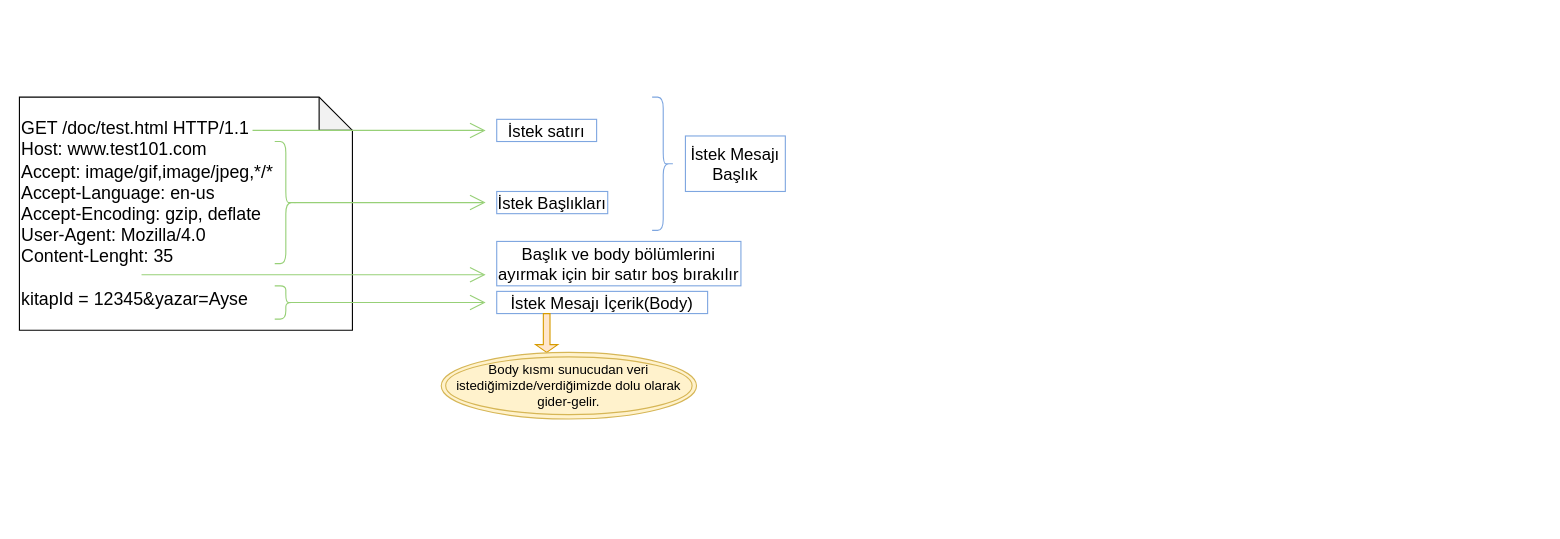
Above: page "HTTP" (2 of 3) of mavenFlow.drawio in aysedemirel/aysedemirel.github.io (draw.io), before the change. Source tidied: cells renumbered, new cells numbered last; positions are measured from the earlier drawing's top-left corner, leaving out a move shared by most shapes. Both pictures are drawn from the tidied source at 111%, with x=0, y=0 at pixel (19, 97).
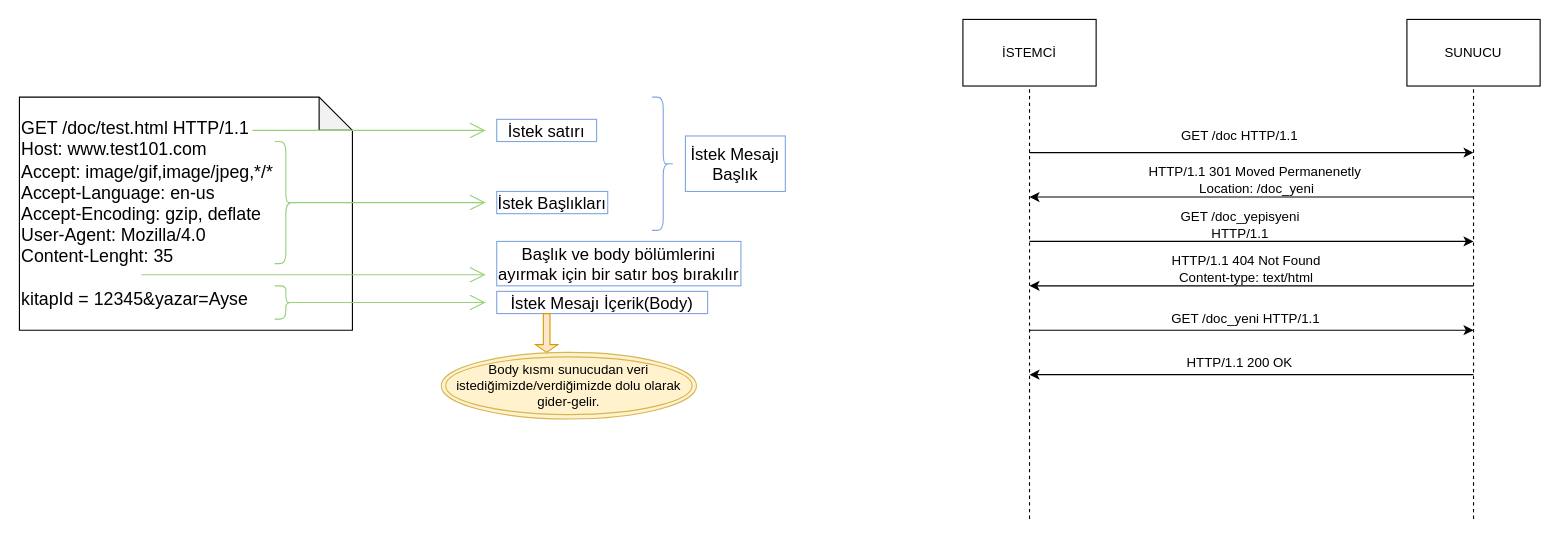
The same page after the edit.

The edit, as a diff of the source:
```diff
@@
+    <mxCell id="17" value="İSTEMCİ" style="rounded=0;whiteSpace=wrap;html=1;" parent="1" vertex="1">
+      <mxGeometry x="850" y="-70" width="120" height="60" as="geometry" />
+    </mxCell>
+    <mxCell id="18" value="SUNUCU" style="rounded=0;whiteSpace=wrap;html=1;" parent="1" vertex="1">
+      <mxGeometry x="1250" y="-70" width="120" height="60" as="geometry" />
+    </mxCell>
+    <mxCell id="19" style="endArrow=classic;html=1;" parent="1" edge="1">
+      <mxGeometry relative="1" as="geometry">
+        <mxPoint x="910" y="50" as="sourcePoint" />
+        <mxPoint x="1310" y="50" as="targetPoint" />
+      </mxGeometry>
+    </mxCell>
+    <mxCell id="20" style="endArrow=none;dashed=1;html=1;entryX=0.5;entryY=1;entryDx=0;entryDy=0;" parent="1" edge="1" target="17">
+      <mxGeometry relative="1" as="geometry">
+        <mxPoint x="910" y="380" as="sourcePoint" />
+      </mxGeometry>
+    </mxCell>
+    <mxCell id="21" style="endArrow=none;dashed=1;html=1;entryX=0.5;entryY=1;entryDx=0;entryDy=0;" parent="1" edge="1" target="18">
+      <mxGeometry relative="1" as="geometry">
+        <mxPoint x="1310" y="380" as="sourcePoint" />
+      </mxGeometry>
+    </mxCell>
+    <mxCell id="22" value="GET /doc HTTP/1.1&lt;br&gt;" style="text;html=1;strokeColor=none;fillColor=none;align=center;verticalAlign=middle;whiteSpace=wrap;rounded=0;" parent="1" vertex="1">
+      <mxGeometry x="1030" y="25" width="139" height="20" as="geometry" />
+    </mxCell>
+    <mxCell id="23" style="endArrow=classic;html=1;" parent="1" edge="1">
+      <mxGeometry relative="1" as="geometry">
+        <mxPoint x="1310" y="90" as="sourcePoint" />
+        <mxPoint x="910" y="90" as="targetPoint" />
+      </mxGeometry>
+    </mxCell>
+    <mxCell id="24" style="endArrow=classic;html=1;" parent="1" edge="1">
+      <mxGeometry relative="1" as="geometry">
+        <mxPoint x="910" y="130" as="sourcePoint" />
+        <mxPoint x="1310" y="130" as="targetPoint" />
+      </mxGeometry>
+    </mxCell>
+    <mxCell id="25" style="endArrow=classic;html=1;" parent="1" edge="1">
+      <mxGeometry relative="1" as="geometry">
+        <mxPoint x="1310" y="170" as="sourcePoint" />
+        <mxPoint x="910" y="170" as="targetPoint" />
+      </mxGeometry>
+    </mxCell>
+    <mxCell id="26" value="HTTP/1.1 301 Moved Permanenetly&amp;nbsp;&lt;br&gt;Location: /doc_yeni" style="text;html=1;strokeColor=none;fillColor=none;align=center;verticalAlign=middle;whiteSpace=wrap;rounded=0;" parent="1" vertex="1">
+      <mxGeometry x="1000" y="60" width="230" height="30" as="geometry" />
+    </mxCell>
+    <mxCell id="27" value="GET /doc_yepisyeni HTTP/1.1" style="text;html=1;strokeColor=none;fillColor=none;align=center;verticalAlign=middle;whiteSpace=wrap;rounded=0;" parent="1" vertex="1">
+      <mxGeometry x="1019.5" y="110" width="160" height="10" as="geometry" />
+    </mxCell>
+    <mxCell id="28" value="HTTP/1.1 404 Not Found&lt;br&gt;Content-type: text/html" style="text;html=1;strokeColor=none;fillColor=none;align=center;verticalAlign=middle;whiteSpace=wrap;rounded=0;" parent="1" vertex="1">
+      <mxGeometry x="1019.5" y="150" width="170.5" height="10" as="geometry" />
+    </mxCell>
+    <mxCell id="29" style="endArrow=classic;html=1;" parent="1" edge="1">
+      <mxGeometry relative="1" as="geometry">
+        <mxPoint x="910" y="210" as="sourcePoint" />
+        <mxPoint x="1310" y="210" as="targetPoint" />
+      </mxGeometry>
+    </mxCell>
+    <mxCell id="30" style="endArrow=classic;html=1;" parent="1" edge="1">
+      <mxGeometry relative="1" as="geometry">
+        <mxPoint x="1310" y="250" as="sourcePoint" />
+        <mxPoint x="910" y="250" as="targetPoint" />
+      </mxGeometry>
+    </mxCell>
+    <mxCell id="31" value="GET /doc_yeni HTTP/1.1" style="text;html=1;strokeColor=none;fillColor=none;align=center;verticalAlign=middle;whiteSpace=wrap;rounded=0;" parent="1" vertex="1">
+      <mxGeometry x="1024.8" y="190" width="160" height="20" as="geometry" />
+    </mxCell>
+    <mxCell id="32" value="HTTP/1.1 200 OK" style="text;html=1;strokeColor=none;fillColor=none;align=center;verticalAlign=middle;whiteSpace=wrap;rounded=0;" parent="1" vertex="1">
+      <mxGeometry x="1036.9" y="230" width="125.2" height="20" as="geometry" />
+    </mxCell>
```
